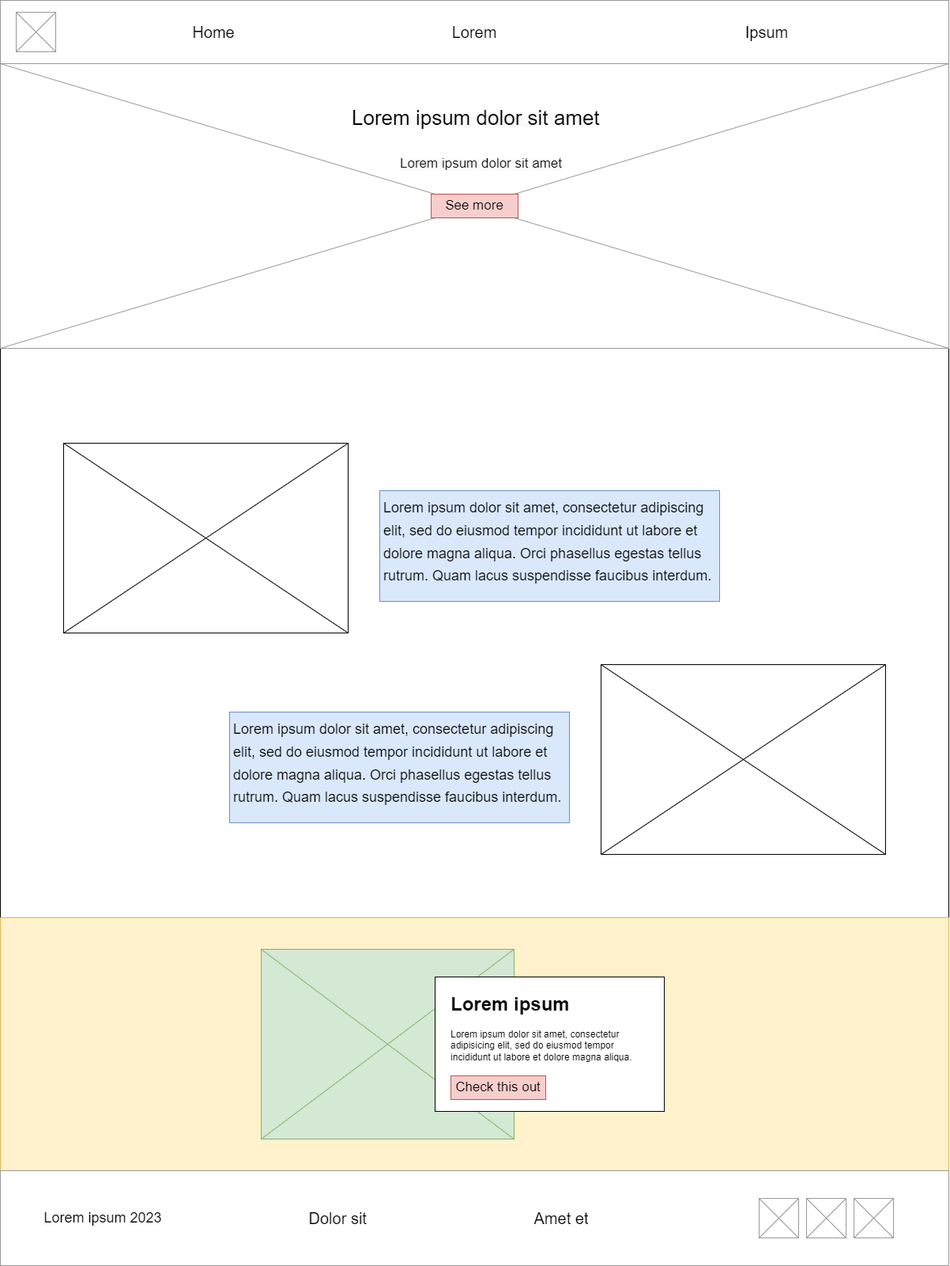
This is design4triumph/images/homepage.png from loureiroluan/wdd130, a draw.io export, as it was before one commit. Source tidied: cells renumbered, new cells last; positions are measured from the earlier drawing's top-left corner, leaving out a move shared by most shapes. Its diagram source:
```xml
<mxGraphModel>
  <root>
    <mxCell id="0" />
    <mxCell id="1" parent="0" />
    <mxCell id="2" style="rounded=0;whiteSpace=wrap;html=1;" parent="1" vertex="1">
      <mxGeometry y="440" width="1200" height="720" as="geometry" />
    </mxCell>
    <mxCell id="3" style="strokeWidth=1;shadow=0;dashed=0;align=center;html=1;shape=mxgraph.mockup.forms.rrect;rSize=0;strokeColor=#d6b656;fillColor=#fff2cc;" parent="1" vertex="1">
      <mxGeometry y="1160" width="1200" height="320" as="geometry" />
    </mxCell>
    <mxCell id="4" style="strokeWidth=1;shadow=0;dashed=0;align=center;html=1;shape=mxgraph.mockup.forms.rrect;rSize=0;strokeColor=#999999;" parent="1" vertex="1">
      <mxGeometry width="1200" height="80" as="geometry" />
    </mxCell>
    <mxCell id="5" style="verticalLabelPosition=bottom;shadow=0;dashed=0;align=center;html=1;verticalAlign=top;strokeWidth=1;shape=mxgraph.mockup.graphics.simpleIcon;strokeColor=#999999;fillColor=#ffffff;" parent="1" vertex="1">
      <mxGeometry x="20" y="15" width="50" height="50" as="geometry" />
    </mxCell>
    <object id="6" label="&lt;span style=&quot;font-size: 20px;&quot;&gt;Ipsum&lt;/span&gt;" name="Variable" placeholders="1">
      <mxCell style="text;html=1;strokeColor=none;fillColor=none;align=center;verticalAlign=middle;whiteSpace=wrap;overflow=hidden;" parent="1" vertex="1">
        <mxGeometry x="930" y="20" width="80" height="40" as="geometry" />
      </mxCell>
    </object>
    <object id="7" label="&lt;font style=&quot;font-size: 20px;&quot;&gt;Home&lt;/font&gt;" name="Variable" placeholders="1">
      <mxCell style="text;html=1;strokeColor=none;fillColor=none;align=center;verticalAlign=middle;whiteSpace=wrap;overflow=hidden;" parent="1" vertex="1">
        <mxGeometry x="230" y="20" width="80" height="40" as="geometry" />
      </mxCell>
    </object>
    <object id="8" label="&lt;font style=&quot;font-size: 20px;&quot;&gt;Lorem&lt;/font&gt;" name="Variable" placeholders="1">
      <mxCell style="text;html=1;strokeColor=none;fillColor=none;align=center;verticalAlign=middle;whiteSpace=wrap;overflow=hidden;" parent="1" vertex="1">
        <mxGeometry x="560" y="20" width="80" height="40" as="geometry" />
      </mxCell>
    </object>
    <mxCell id="9" style="verticalLabelPosition=bottom;shadow=0;dashed=0;align=center;html=1;verticalAlign=top;strokeWidth=1;shape=mxgraph.mockup.graphics.simpleIcon;strokeColor=#999999;fillColor=#ffffff;" parent="1" vertex="1">
      <mxGeometry y="80" width="1200" height="360" as="geometry" />
    </mxCell>
    <mxCell id="10" style="strokeWidth=1;shadow=0;dashed=0;align=center;html=1;shape=mxgraph.mockup.forms.rrect;rSize=0;strokeColor=#999999;" parent="1" vertex="1">
      <mxGeometry y="1480" width="1200" height="120" as="geometry" />
    </mxCell>
    <object id="11" label="&lt;font style=&quot;font-size: 18px;&quot;&gt;Lorem ipsum 2023&lt;/font&gt;" name="Variable" placeholders="1">
      <mxCell style="text;html=1;strokeColor=none;fillColor=none;align=center;verticalAlign=middle;whiteSpace=wrap;overflow=hidden;" parent="1" vertex="1">
        <mxGeometry x="40" y="1520" width="180" height="40" as="geometry" />
      </mxCell>
    </object>
    <mxCell id="12" style="verticalLabelPosition=bottom;shadow=0;dashed=0;align=center;html=1;verticalAlign=top;strokeWidth=1;shape=mxgraph.mockup.graphics.simpleIcon;strokeColor=#999999;fillColor=#ffffff;" parent="1" vertex="1">
      <mxGeometry x="1080" y="1515" width="50" height="50" as="geometry" />
    </mxCell>
    <mxCell id="13" style="verticalLabelPosition=bottom;shadow=0;dashed=0;align=center;html=1;verticalAlign=top;strokeWidth=1;shape=mxgraph.mockup.graphics.simpleIcon;strokeColor=#999999;fillColor=#ffffff;" parent="1" vertex="1">
      <mxGeometry x="960" y="1515" width="50" height="50" as="geometry" />
    </mxCell>
    <mxCell id="14" style="verticalLabelPosition=bottom;shadow=0;dashed=0;align=center;html=1;verticalAlign=top;strokeWidth=1;shape=mxgraph.mockup.graphics.simpleIcon;strokeColor=#999999;fillColor=#ffffff;" parent="1" vertex="1">
      <mxGeometry x="1020" y="1515" width="50" height="50" as="geometry" />
    </mxCell>
    <object id="15" label="&lt;font style=&quot;font-size: 20px;&quot;&gt;Dolor sit&amp;nbsp;&lt;/font&gt;" name="Variable" placeholders="1">
      <mxCell style="text;html=1;strokeColor=none;fillColor=none;align=center;verticalAlign=middle;whiteSpace=wrap;overflow=hidden;" parent="1" vertex="1">
        <mxGeometry x="380" y="1520" width="100" height="40" as="geometry" />
      </mxCell>
    </object>
    <object id="16" label="&lt;font style=&quot;font-size: 20px;&quot;&gt;Amet et&lt;/font&gt;" name="Variable" placeholders="1">
      <mxCell style="text;html=1;strokeColor=none;fillColor=none;align=center;verticalAlign=middle;whiteSpace=wrap;overflow=hidden;" parent="1" vertex="1">
        <mxGeometry x="660" y="1520" width="100" height="40" as="geometry" />
      </mxCell>
    </object>
    <mxCell id="17" style="verticalLabelPosition=bottom;shadow=0;dashed=0;align=center;html=1;verticalAlign=top;strokeWidth=1;shape=mxgraph.mockup.graphics.simpleIcon;" parent="1" vertex="1">
      <mxGeometry x="760" y="840" width="360" height="240" as="geometry" />
    </mxCell>
    <mxCell id="18" style="verticalLabelPosition=bottom;shadow=0;dashed=0;align=center;html=1;verticalAlign=top;strokeWidth=1;shape=mxgraph.mockup.graphics.simpleIcon;strokeColor=#82b366;fillColor=#d5e8d4;" parent="1" vertex="1">
      <mxGeometry x="330" y="1200" width="320" height="240" as="geometry" />
    </mxCell>
    <mxCell id="19" style="rounded=0;whiteSpace=wrap;html=1;fontColor=#999999;" parent="1" vertex="1">
      <mxGeometry x="550" y="1235" width="290" height="170" as="geometry" />
    </mxCell>
    <mxCell id="20" value="&lt;h1&gt;Lorem ipsum&lt;br&gt;&lt;/h1&gt;&lt;p style=&quot;&quot;&gt;Lorem ipsum dolor sit amet, consectetur adipisicing elit, sed do eiusmod tempor incididunt ut labore et dolore magna aliqua.&lt;/p&gt;" style="text;html=1;strokeColor=none;fillColor=none;spacing=5;spacingTop=-20;whiteSpace=wrap;overflow=hidden;rounded=0;align=left;" parent="1" vertex="1">
      <mxGeometry x="565" y="1250" width="260" height="100" as="geometry" />
    </mxCell>
    <object id="21" label="&lt;font style=&quot;font-size: 17px;&quot;&gt;Check this out&lt;/font&gt;" name="Variable" placeholders="1">
      <mxCell style="text;html=1;strokeColor=#b85450;fillColor=#f8cecc;align=center;verticalAlign=middle;whiteSpace=wrap;overflow=hidden;fontSize=17;strokeWidth=1;" parent="1" vertex="1">
        <mxGeometry x="570" y="1360" width="120" height="30" as="geometry" />
      </mxCell>
    </object>
    <mxCell id="22" value="&lt;br&gt;&lt;font style=&quot;&quot;&gt;&lt;span style=&quot;border-color: var(--border-color); color: rgb(0, 0, 0); font-family: Helvetica; font-style: normal; font-variant-ligatures: normal; font-variant-caps: normal; letter-spacing: normal; orphans: 2; text-indent: 0px; text-transform: none; widows: 2; word-spacing: 0px; -webkit-text-stroke-width: 0px; text-decoration-thickness: initial; text-decoration-style: initial; text-decoration-color: initial; text-align: left; background-color: rgb(251, 251, 251);&quot;&gt;&lt;font style=&quot;font-size: 26px;&quot;&gt;Lorem ipsum dolor sit amet&lt;/font&gt;&lt;/span&gt;&lt;br style=&quot;border-color: var(--border-color); color: rgb(0, 0, 0); font-family: Helvetica; font-style: normal; font-variant-ligatures: normal; font-variant-caps: normal; letter-spacing: normal; orphans: 2; text-align: center; text-indent: 0px; text-transform: none; widows: 2; word-spacing: 0px; -webkit-text-stroke-width: 0px; background-color: rgb(251, 251, 251); text-decoration-thickness: initial; text-decoration-style: initial; text-decoration-color: initial;&quot;&gt;&lt;/font&gt;" style="text;html=1;strokeColor=none;fillColor=none;spacing=5;spacingTop=-20;whiteSpace=wrap;overflow=hidden;rounded=0;" parent="1" vertex="1">
      <mxGeometry x="440" y="130" width="337" height="40" as="geometry" />
    </mxCell>
    <mxCell id="23" value="&lt;span style=&quot;color: rgb(0, 0, 0); font-family: Helvetica; font-style: normal; font-variant-ligatures: normal; font-variant-caps: normal; font-weight: 400; letter-spacing: normal; orphans: 2; text-align: left; text-indent: 0px; text-transform: none; widows: 2; word-spacing: 0px; -webkit-text-stroke-width: 0px; background-color: rgb(251, 251, 251); text-decoration-thickness: initial; text-decoration-style: initial; text-decoration-color: initial; float: none; display: inline !important;&quot;&gt;&lt;font style=&quot;font-size: 17px;&quot;&gt;Lorem ipsum dolor sit amet&lt;/font&gt;&lt;/span&gt;" style="text;whiteSpace=wrap;html=1;" parent="1" vertex="1">
      <mxGeometry x="503.5" y="190" width="210" height="40" as="geometry" />
    </mxCell>
    <object id="24" label="&lt;font style=&quot;font-size: 17px;&quot;&gt;See more&lt;/font&gt;" name="Variable" placeholders="1">
      <mxCell style="text;html=1;strokeColor=#b85450;fillColor=#f8cecc;align=center;verticalAlign=middle;whiteSpace=wrap;overflow=hidden;fontSize=17;strokeWidth=1;" parent="1" vertex="1">
        <mxGeometry x="545" y="245" width="110" height="30" as="geometry" />
      </mxCell>
    </object>
    <mxCell id="25" style="verticalLabelPosition=bottom;shadow=0;dashed=0;align=center;html=1;verticalAlign=top;strokeWidth=1;shape=mxgraph.mockup.graphics.simpleIcon;" parent="1" vertex="1">
      <mxGeometry x="80" y="560" width="360" height="240" as="geometry" />
    </mxCell>
    <mxCell id="26" value="&lt;h1&gt;&lt;span style=&quot;font-size: 18px; font-weight: normal; background-color: initial;&quot;&gt;Lorem ipsum dolor sit amet, consectetur adipiscing elit, sed do eiusmod tempor incididunt ut labore et dolore magna aliqua. Orci phasellus egestas tellus rutrum. Quam lacus suspendisse faucibus interdum.&amp;nbsp;&lt;/span&gt;&lt;br&gt;&lt;/h1&gt;" style="text;html=1;strokeColor=#6c8ebf;fillColor=#dae8fc;spacing=5;spacingTop=-20;whiteSpace=wrap;overflow=hidden;rounded=0;" parent="1" vertex="1">
      <mxGeometry x="290" y="900" width="430" height="140" as="geometry" />
    </mxCell>
    <mxCell id="27" value="&lt;h1&gt;&lt;span style=&quot;font-size: 18px; font-weight: normal; background-color: initial;&quot;&gt;Lorem ipsum dolor sit amet, consectetur adipiscing elit, sed do eiusmod tempor incididunt ut labore et dolore magna aliqua. Orci phasellus egestas tellus rutrum. Quam lacus suspendisse faucibus interdum.&amp;nbsp;&lt;/span&gt;&lt;br&gt;&lt;/h1&gt;" style="text;html=1;strokeColor=#6c8ebf;fillColor=#dae8fc;spacing=5;spacingTop=-20;whiteSpace=wrap;overflow=hidden;rounded=0;" parent="1" vertex="1">
      <mxGeometry x="480" y="620" width="430" height="140" as="geometry" />
    </mxCell>
  </root>
</mxGraphModel>
```
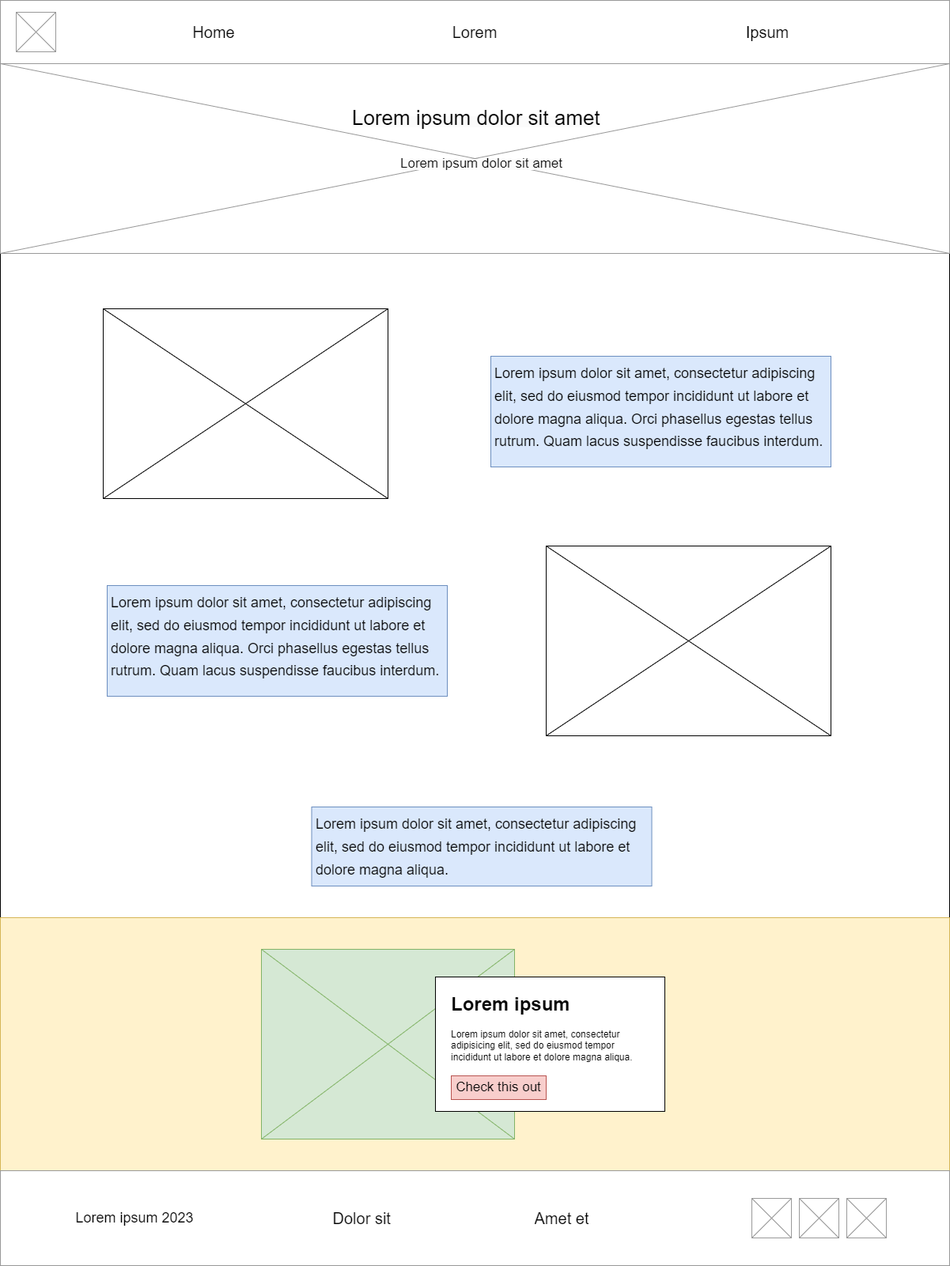
Above is the later version.

Change to the diagram source:
```diff
@@ -3,7 +3,7 @@
     <mxCell id="0" />
     <mxCell id="1" parent="0" />
     <mxCell id="2" style="rounded=0;whiteSpace=wrap;html=1;" parent="1" vertex="1">
-      <mxGeometry y="440" width="1200" height="720" as="geometry" />
+      <mxGeometry y="320" width="1200" height="840" as="geometry" />
     </mxCell>
     <mxCell id="3" style="strokeWidth=1;shadow=0;dashed=0;align=center;html=1;shape=mxgraph.mockup.forms.rrect;rSize=0;strokeColor=#d6b656;fillColor=#fff2cc;" parent="1" vertex="1">
       <mxGeometry y="1160" width="1200" height="320" as="geometry" />
@@ -30,37 +30,32 @@
       </mxCell>
     </object>
     <mxCell id="9" style="verticalLabelPosition=bottom;shadow=0;dashed=0;align=center;html=1;verticalAlign=top;strokeWidth=1;shape=mxgraph.mockup.graphics.simpleIcon;strokeColor=#999999;fillColor=#ffffff;" parent="1" vertex="1">
-      <mxGeometry y="80" width="1200" height="360" as="geometry" />
+      <mxGeometry y="80" width="1200" height="240" as="geometry" />
     </mxCell>
     <mxCell id="10" style="strokeWidth=1;shadow=0;dashed=0;align=center;html=1;shape=mxgraph.mockup.forms.rrect;rSize=0;strokeColor=#999999;" parent="1" vertex="1">
       <mxGeometry y="1480" width="1200" height="120" as="geometry" />
     </mxCell>
     <object id="11" label="&lt;font style=&quot;font-size: 18px;&quot;&gt;Lorem ipsum 2023&lt;/font&gt;" name="Variable" placeholders="1">
       <mxCell style="text;html=1;strokeColor=none;fillColor=none;align=center;verticalAlign=middle;whiteSpace=wrap;overflow=hidden;" parent="1" vertex="1">
-        <mxGeometry x="40" y="1520" width="180" height="40" as="geometry" />
+        <mxGeometry x="80" y="1520" width="180" height="40" as="geometry" />
       </mxCell>
     </object>
     <mxCell id="12" style="verticalLabelPosition=bottom;shadow=0;dashed=0;align=center;html=1;verticalAlign=top;strokeWidth=1;shape=mxgraph.mockup.graphics.simpleIcon;strokeColor=#999999;fillColor=#ffffff;" parent="1" vertex="1">
-      <mxGeometry x="1080" y="1515" width="50" height="50" as="geometry" />
+      <mxGeometry x="1070" y="1515" width="50" height="50" as="geometry" />
     </mxCell>
     <mxCell id="13" style="verticalLabelPosition=bottom;shadow=0;dashed=0;align=center;html=1;verticalAlign=top;strokeWidth=1;shape=mxgraph.mockup.graphics.simpleIcon;strokeColor=#999999;fillColor=#ffffff;" parent="1" vertex="1">
-      <mxGeometry x="960" y="1515" width="50" height="50" as="geometry" />
+      <mxGeometry x="950" y="1515" width="50" height="50" as="geometry" />
     </mxCell>
     <mxCell id="14" style="verticalLabelPosition=bottom;shadow=0;dashed=0;align=center;html=1;verticalAlign=top;strokeWidth=1;shape=mxgraph.mockup.graphics.simpleIcon;strokeColor=#999999;fillColor=#ffffff;" parent="1" vertex="1">
-      <mxGeometry x="1020" y="1515" width="50" height="50" as="geometry" />
+      <mxGeometry x="1010" y="1515" width="50" height="50" as="geometry" />
     </mxCell>
     <object id="15" label="&lt;font style=&quot;font-size: 20px;&quot;&gt;Dolor sit&amp;nbsp;&lt;/font&gt;" name="Variable" placeholders="1">
       <mxCell style="text;html=1;strokeColor=none;fillColor=none;align=center;verticalAlign=middle;whiteSpace=wrap;overflow=hidden;" parent="1" vertex="1">
-        <mxGeometry x="380" y="1520" width="100" height="40" as="geometry" />
+        <mxGeometry x="410" y="1520" width="100" height="40" as="geometry" />
       </mxCell>
     </object>
-    <object id="16" label="&lt;font style=&quot;font-size: 20px;&quot;&gt;Amet et&lt;/font&gt;" name="Variable" placeholders="1">
-      <mxCell style="text;html=1;strokeColor=none;fillColor=none;align=center;verticalAlign=middle;whiteSpace=wrap;overflow=hidden;" parent="1" vertex="1">
-        <mxGeometry x="660" y="1520" width="100" height="40" as="geometry" />
-      </mxCell>
-    </object>
     <mxCell id="17" style="verticalLabelPosition=bottom;shadow=0;dashed=0;align=center;html=1;verticalAlign=top;strokeWidth=1;shape=mxgraph.mockup.graphics.simpleIcon;" parent="1" vertex="1">
-      <mxGeometry x="760" y="840" width="360" height="240" as="geometry" />
+      <mxGeometry x="690" y="690" width="360" height="240" as="geometry" />
     </mxCell>
     <mxCell id="18" style="verticalLabelPosition=bottom;shadow=0;dashed=0;align=center;html=1;verticalAlign=top;strokeWidth=1;shape=mxgraph.mockup.graphics.simpleIcon;strokeColor=#82b366;fillColor=#d5e8d4;" parent="1" vertex="1">
       <mxGeometry x="330" y="1200" width="320" height="240" as="geometry" />
@@ -82,19 +77,22 @@
     <mxCell id="23" value="&lt;span style=&quot;color: rgb(0, 0, 0); font-family: Helvetica; font-style: normal; font-variant-ligatures: normal; font-variant-caps: normal; font-weight: 400; letter-spacing: normal; orphans: 2; text-align: left; text-indent: 0px; text-transform: none; widows: 2; word-spacing: 0px; -webkit-text-stroke-width: 0px; background-color: rgb(251, 251, 251); text-decoration-thickness: initial; text-decoration-style: initial; text-decoration-color: initial; float: none; display: inline !important;&quot;&gt;&lt;font style=&quot;font-size: 17px;&quot;&gt;Lorem ipsum dolor sit amet&lt;/font&gt;&lt;/span&gt;" style="text;whiteSpace=wrap;html=1;" parent="1" vertex="1">
       <mxGeometry x="503.5" y="190" width="210" height="40" as="geometry" />
     </mxCell>
-    <object id="24" label="&lt;font style=&quot;font-size: 17px;&quot;&gt;See more&lt;/font&gt;" name="Variable" placeholders="1">
-      <mxCell style="text;html=1;strokeColor=#b85450;fillColor=#f8cecc;align=center;verticalAlign=middle;whiteSpace=wrap;overflow=hidden;fontSize=17;strokeWidth=1;" parent="1" vertex="1">
-        <mxGeometry x="545" y="245" width="110" height="30" as="geometry" />
-      </mxCell>
-    </object>
     <mxCell id="25" style="verticalLabelPosition=bottom;shadow=0;dashed=0;align=center;html=1;verticalAlign=top;strokeWidth=1;shape=mxgraph.mockup.graphics.simpleIcon;" parent="1" vertex="1">
-      <mxGeometry x="80" y="560" width="360" height="240" as="geometry" />
+      <mxGeometry x="130" y="390" width="360" height="240" as="geometry" />
     </mxCell>
     <mxCell id="26" value="&lt;h1&gt;&lt;span style=&quot;font-size: 18px; font-weight: normal; background-color: initial;&quot;&gt;Lorem ipsum dolor sit amet, consectetur adipiscing elit, sed do eiusmod tempor incididunt ut labore et dolore magna aliqua. Orci phasellus egestas tellus rutrum. Quam lacus suspendisse faucibus interdum.&amp;nbsp;&lt;/span&gt;&lt;br&gt;&lt;/h1&gt;" style="text;html=1;strokeColor=#6c8ebf;fillColor=#dae8fc;spacing=5;spacingTop=-20;whiteSpace=wrap;overflow=hidden;rounded=0;" parent="1" vertex="1">
-      <mxGeometry x="290" y="900" width="430" height="140" as="geometry" />
+      <mxGeometry x="135" y="740" width="430" height="140" as="geometry" />
     </mxCell>
     <mxCell id="27" value="&lt;h1&gt;&lt;span style=&quot;font-size: 18px; font-weight: normal; background-color: initial;&quot;&gt;Lorem ipsum dolor sit amet, consectetur adipiscing elit, sed do eiusmod tempor incididunt ut labore et dolore magna aliqua. Orci phasellus egestas tellus rutrum. Quam lacus suspendisse faucibus interdum.&amp;nbsp;&lt;/span&gt;&lt;br&gt;&lt;/h1&gt;" style="text;html=1;strokeColor=#6c8ebf;fillColor=#dae8fc;spacing=5;spacingTop=-20;whiteSpace=wrap;overflow=hidden;rounded=0;" parent="1" vertex="1">
-      <mxGeometry x="480" y="620" width="430" height="140" as="geometry" />
+      <mxGeometry x="620" y="450" width="430" height="140" as="geometry" />
     </mxCell>
+    <mxCell id="28" value="&lt;h1&gt;&lt;span style=&quot;font-size: 18px; font-weight: normal; background-color: initial;&quot;&gt;Lorem ipsum dolor sit amet, consectetur adipiscing elit, sed do eiusmod tempor incididunt ut labore et dolore magna aliqua.&lt;/span&gt;&lt;br&gt;&lt;/h1&gt;" style="text;html=1;strokeColor=#6c8ebf;fillColor=#dae8fc;spacing=5;spacingTop=-20;whiteSpace=wrap;overflow=hidden;rounded=0;" parent="1" vertex="1">
+      <mxGeometry x="393.5" y="1020" width="430" height="100" as="geometry" />
+    </mxCell>
+    <object id="16" label="&lt;font style=&quot;font-size: 20px;&quot;&gt;Amet et&lt;/font&gt;" name="Variable" placeholders="1">
+      <mxCell style="text;html=1;strokeColor=none;fillColor=none;align=center;verticalAlign=middle;whiteSpace=wrap;overflow=hidden;" parent="1" vertex="1">
+        <mxGeometry x="660" y="1520" width="100" height="40" as="geometry" />
+      </mxCell>
+    </object>
   </root>
 </mxGraphModel>
```
